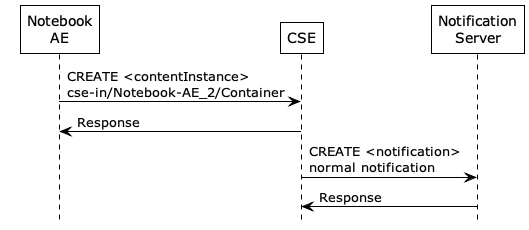
Earlier version of the PlantUML export images/06/create_contentInstance.png (ankraft/onem2m-jupyter-notebooks).
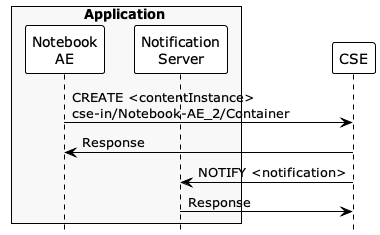
After the commit.

Change to the diagram source:
```diff
@@ -3,13 +3,15 @@
 !theme plain
 skinparam backgroundcolor transparent
 
+box Application #f8f8f8
 participant "Notebook\nAE" as AE
+participant "Notification\nServer" as NS
+end box
 participant "CSE" as CSE
-participant "Notification\nServer" as NS
 
 AE -> CSE: CREATE <contentInstance>\ncse-in/Notebook-AE_2/Container
 AE <- CSE: Response
-CSE -> NS: CREATE <notification>\nnormal notification
+CSE -> NS: NOTIFY <notification>
 CSE <- NS: Response
 
 @enduml
```
